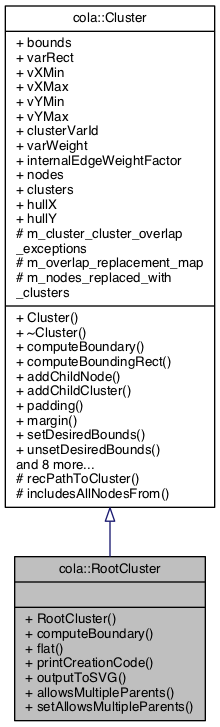
Above: documentation/classcola_1_1RootCluster__inherit__graph.png in mjwybrow/adaptagrams (Graphviz), before the change. Its source is kept beside it as documentation/classcola_1_1RootCluster__inherit__graph.dot.
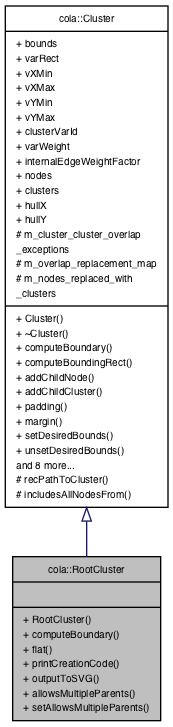
Above is the later version.

What changed in the source:
```diff
@@ -2,7 +2,7 @@
 {
   edge [fontname="Helvetica",fontsize="10",labelfontname="Helvetica",labelfontsize="10"];
   node [fontname="Helvetica",fontsize="10",shape=record];
-  Node1 [label="{cola::RootCluster\n||+ RootCluster()\l+ computeBoundary()\l+ flat()\l+ printCreationCode()\l+ outputToSVG()\l+ allowsMultipleParents()\l+ setAllowsMultipleParents()\l}",height=0.2,width=0.4,color="black", fillcolor="grey75", style="filled", fontcolor="black"];
-  Node2 -> Node1 [dir="back",color="midnightblue",fontsize="10",style="solid",arrowtail="onormal",fontname="Helvetica"];
-  Node2 [label="{cola::Cluster\n|+ bounds\l+ varRect\l+ vXMin\l+ vXMax\l+ vYMin\l+ vYMax\l+ clusterVarId\l+ varWeight\l+ internalEdgeWeightFactor\l+ nodes\l+ clusters\l+ hullX\l+ hullY\l# m_cluster_cluster_overlap\l_exceptions\l# m_overlap_replacement_map\l# m_nodes_replaced_with\l_clusters\l|+ Cluster()\l+ ~Cluster()\l+ computeBoundary()\l+ computeBoundingRect()\l+ addChildNode()\l+ addChildCluster()\l+ padding()\l+ margin()\l+ setDesiredBounds()\l+ unsetDesiredBounds()\land 8 more...\l# recPathToCluster()\l# includesAllNodesFrom()\l}",height=0.2,width=0.4,color="black", fillcolor="white", style="filled",URL="$classcola_1_1Cluster.html",tooltip="A cluster defines a hierarchical partitioning over the nodes which should be kept disjoint by the lay..."];
+  Node0 [label="{cola::RootCluster\n||+ RootCluster()\l+ computeBoundary()\l+ flat()\l+ printCreationCode()\l+ outputToSVG()\l+ allowsMultipleParents()\l+ setAllowsMultipleParents()\l}",height=0.2,width=0.4,color="black", fillcolor="grey75", style="filled", fontcolor="black"];
+  Node1 -> Node0 [dir="back",color="midnightblue",fontsize="10",style="solid",arrowtail="onormal",fontname="Helvetica"];
+  Node1 [label="{cola::Cluster\n|+ bounds\l+ varRect\l+ vXMin\l+ vXMax\l+ vYMin\l+ vYMax\l+ clusterVarId\l+ varWeight\l+ internalEdgeWeightFactor\l+ nodes\l+ clusters\l+ hullX\l+ hullY\l# m_cluster_cluster_overlap\l_exceptions\l# m_overlap_replacement_map\l# m_nodes_replaced_with\l_clusters\l|+ Cluster()\l+ ~Cluster()\l+ computeBoundary()\l+ computeBoundingRect()\l+ addChildNode()\l+ addChildCluster()\l+ padding()\l+ margin()\l+ setDesiredBounds()\l+ unsetDesiredBounds()\land 8 more...\l# recPathToCluster()\l# includesAllNodesFrom()\l}",height=0.2,width=0.4,color="black", fillcolor="white", style="filled",URL="$classcola_1_1Cluster.html",tooltip="A cluster defines a hierarchical partitioning over the nodes which should be kept disjoint by the lay..."];
 }
```
